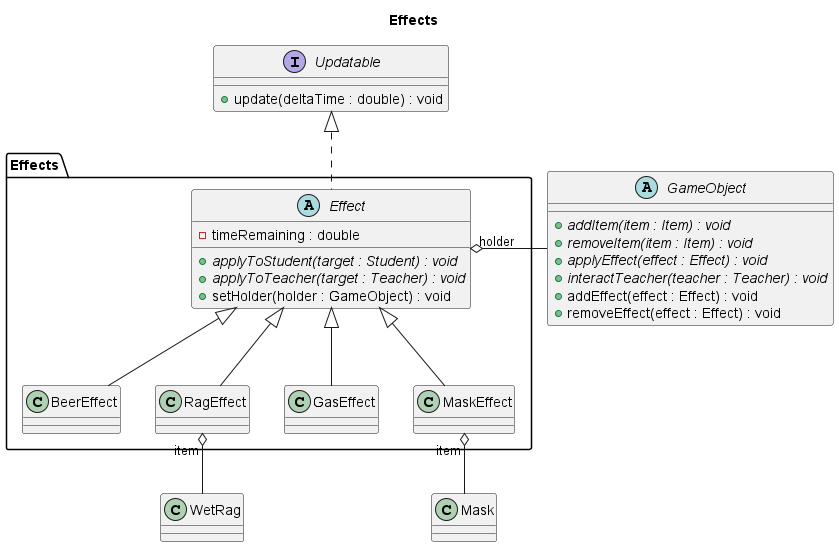
The PlantUML diagram docs/img/diagrams/class/effects.png in sn4k3ch4rm3r/logarlec, before a commit.
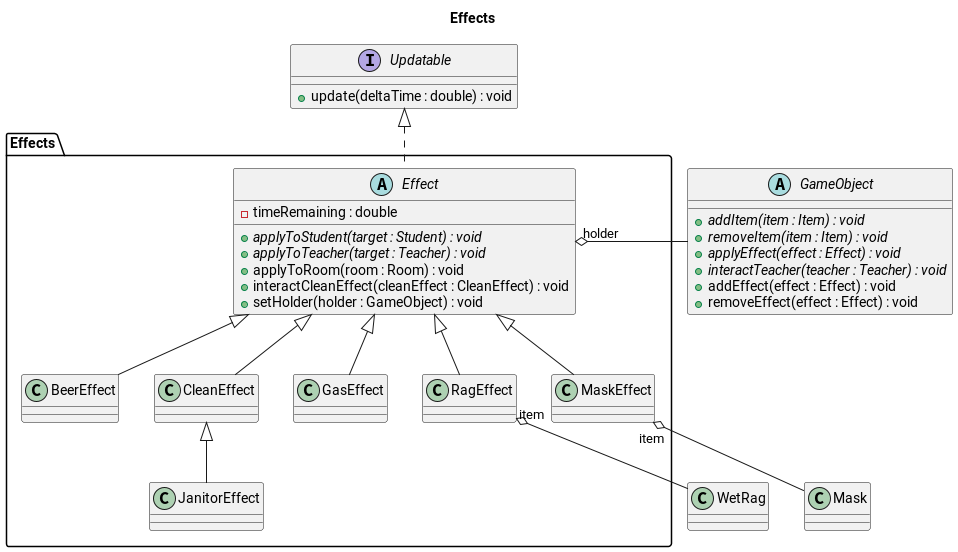
Above is the later version.

Change to the diagram source:
```diff
@@ -7,6 +7,8 @@
 		- timeRemaining : double
 		+ {abstract} applyToStudent(target : Student) : void
 		+ {abstract} applyToTeacher(target : Teacher) : void
+		+ applyToRoom(room : Room) : void
+		+ interactCleanEffect(cleanEffect : CleanEffect) : void
 		+ setHolder(holder : GameObject) : void
 	}
 
@@ -14,12 +16,16 @@
 	class RagEffect
 	class GasEffect
 	class MaskEffect
+	class CleanEffect
+	class JanitorEffect
 
 	together {
 		Effect <|-- BeerEffect
 		Effect <|-- RagEffect
 		Effect <|-- GasEffect
 		Effect <|-- MaskEffect
+		Effect <|-- CleanEffect
+		CleanEffect <|-- JanitorEffect
 	}
 
 }
```
